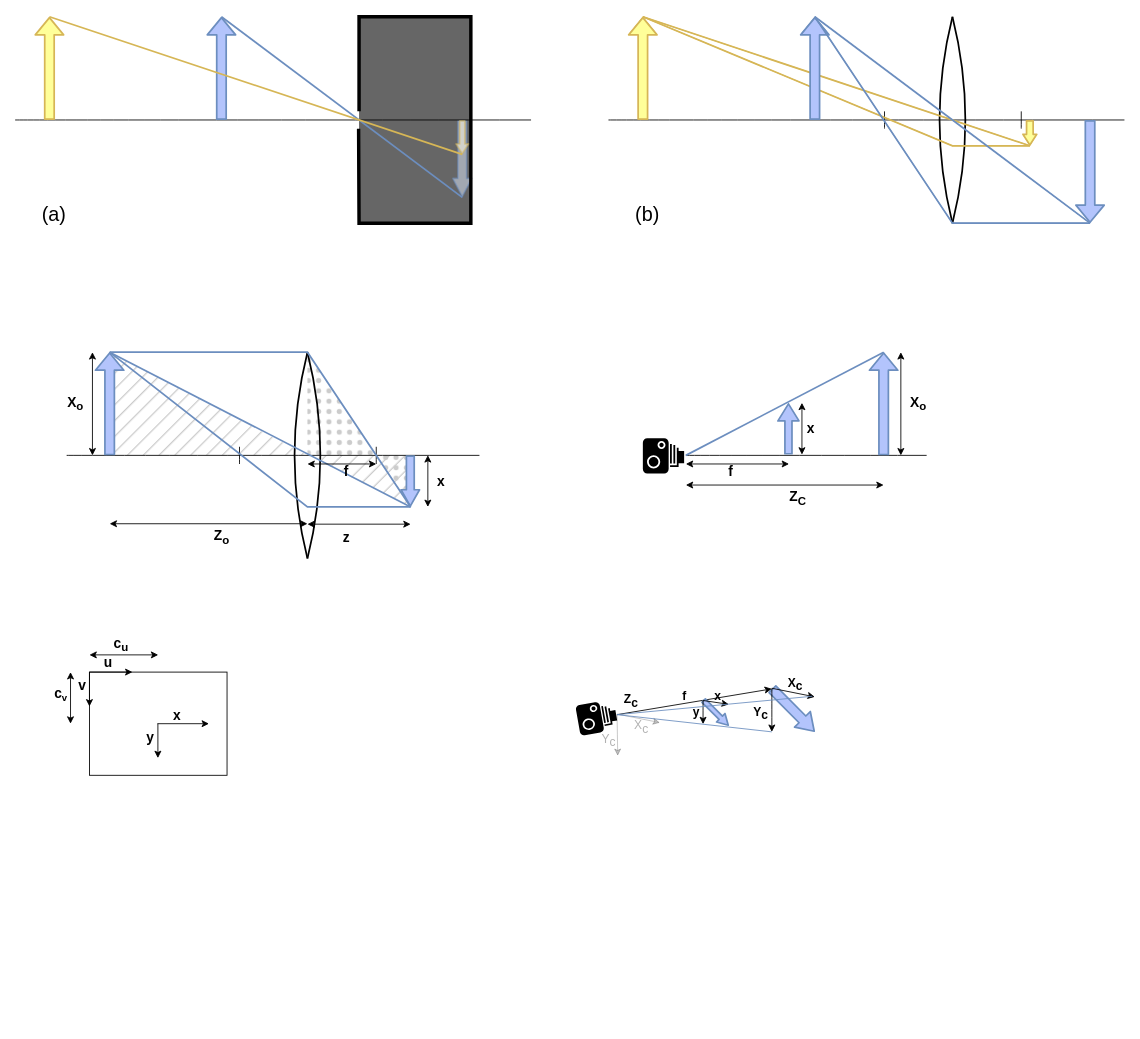
The draw.io diagram Thesis/Chap2/Figures/Chap2_2.drawio in davidpagnon/These_David_Pagnon, before the edit. Source tidied: cells renumbered, new cells numbered last; positions are measured from the earlier drawing's top-left corner, leaving out a move shared by most shapes. Both pictures are drawn from the tidied source at 86%, with x=0, y=0 at pixel (15, 16).
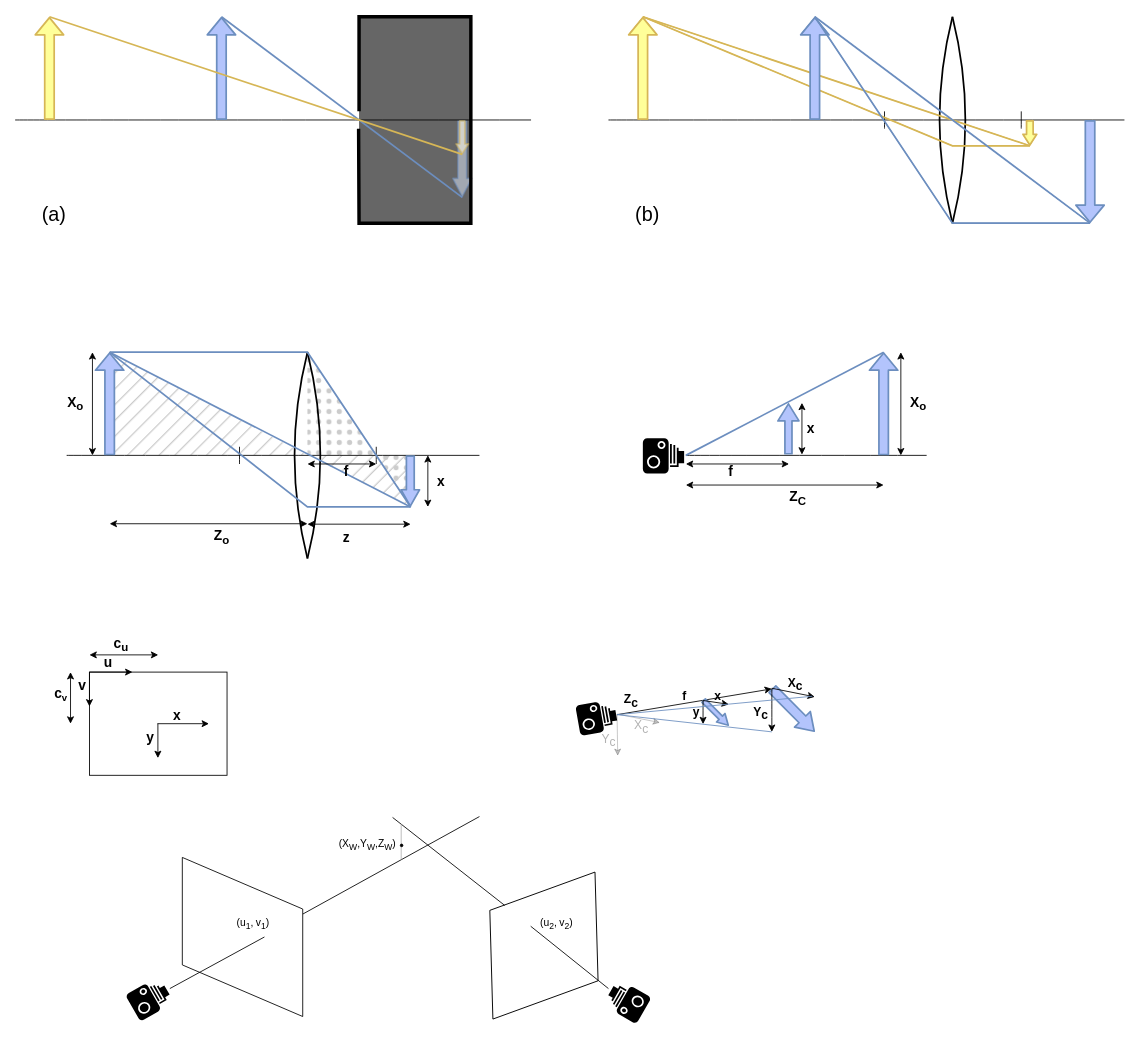
The same page after the edit.

Change to the diagram source:
```diff
@@
+    <mxCell id="104" style="shape=parallelogram;perimeter=parallelogramPerimeter;whiteSpace=wrap;html=1;fixedSize=1;rotation=-20;size=39.860000000000355;points=[[0.08,0.55,0,0,0],[0.16,0.72,0,0,0],[0.2,0.25,0,0,0],[0.22,0.83,0,0,0],[0.31,0.96,0,0,0],[0.32,0,0,0,-4],[0.42,1,0,0,16],[0.45,0,0,0,-42],[0.46,0.28,0,0,0],[0.55,1,0,0,42],[0.58,0,0,0,-16],[0.68,1,0,0,4],[0.69,0.04,0,0,0],[0.78,0.17,0,0,0],[0.8,0.75,0,0,0],[0.84,0.28,0,0,0],[0.92,0.45,0,0,0]];" parent="1" vertex="1">
+      <mxGeometry x="530" y="1020" width="170" height="120" as="geometry" />
+    </mxCell>
+    <mxCell id="105" style="shape=parallelogram;perimeter=parallelogramPerimeter;whiteSpace=wrap;html=1;fixedSize=1;rotation=90;size=60;comic=0;" parent="1" vertex="1">
+      <mxGeometry x="172" y="1000" width="185" height="140" as="geometry">
+        <mxPoint x="50" as="offset" />
+      </mxGeometry>
+    </mxCell>
+    <mxCell id="106" style="endArrow=none;html=1;rounded=0;" parent="1" edge="1">
+      <mxGeometry relative="1" as="geometry">
+        <mxPoint x="290" y="1070" as="sourcePoint" />
+        <mxPoint x="180" y="1130" as="targetPoint" />
+      </mxGeometry>
+    </mxCell>
+    <mxCell id="107" style="endArrow=none;html=1;rounded=0;exitX=0.46;exitY=0.28;exitDx=0;exitDy=0;exitPerimeter=0;" parent="1" edge="1" source="104">
+      <mxGeometry relative="1" as="geometry">
+        <mxPoint x="690" y="1130" as="targetPoint" />
+      </mxGeometry>
+    </mxCell>
+    <mxCell id="108" style="endArrow=none;html=1;rounded=0;strokeColor=#000000;exitX=0.32;exitY=0;exitDx=0;exitDy=-4;exitPerimeter=0;" parent="1" edge="1">
+      <mxGeometry relative="1" as="geometry">
+        <mxPoint x="569.4" y="1033.3" as="sourcePoint" />
+        <mxPoint x="439" y="931" as="targetPoint" />
+      </mxGeometry>
+    </mxCell>
+    <mxCell id="109" style="endArrow=none;html=1;rounded=0;strokeColor=#000000;exitX=0.361;exitY=0.02;exitDx=0;exitDy=0;exitPerimeter=0;" parent="1" edge="1">
+      <mxGeometry relative="1" as="geometry">
+        <mxPoint x="334.7" y="1043.3" as="sourcePoint" />
+        <mxPoint x="540" y="930" as="targetPoint" />
+      </mxGeometry>
+    </mxCell>
+    <mxCell id="110" style="endArrow=none;html=1;rounded=0;strokeColor=#B3B3B3;" parent="1" edge="1">
+      <mxGeometry relative="1" as="geometry">
+        <mxPoint x="449" y="939" as="sourcePoint" />
+        <mxPoint x="449" y="980" as="targetPoint" />
+      </mxGeometry>
+    </mxCell>
+    <mxCell id="111" style="shape=mxgraph.signs.tech.camera_1;html=1;fillColor=#000000;strokeColor=none;verticalLabelPosition=bottom;verticalAlign=top;align=center;rotation=-30;" parent="1" vertex="1">
+      <mxGeometry x="134" y="1124" width="45" height="35.6" as="geometry" />
+    </mxCell>
+    <mxCell id="112" style="shape=mxgraph.signs.tech.camera_1;html=1;fillColor=#000000;strokeColor=none;verticalLabelPosition=bottom;verticalAlign=top;align=center;rotation=-150;" parent="1" vertex="1">
+      <mxGeometry x="689.2" y="1127" width="45" height="35.6" as="geometry" />
+    </mxCell>
+    <mxCell id="113" value="(u&lt;sub&gt;1&lt;/sub&gt;,&lt;sub&gt; &lt;/sub&gt;v&lt;sub&gt;1&lt;/sub&gt;)" style="text;html=1;strokeColor=none;fillColor=none;align=center;verticalAlign=middle;whiteSpace=wrap;rounded=0;comic=0;" parent="1" vertex="1">
+      <mxGeometry x="246.5" y="1040" width="60" height="30" as="geometry" />
+    </mxCell>
+    <mxCell id="114" value="(u&lt;sub&gt;2&lt;/sub&gt;,&lt;sub&gt; &lt;/sub&gt;v&lt;sub&gt;2&lt;/sub&gt;)" style="text;html=1;strokeColor=none;fillColor=none;align=center;verticalAlign=middle;whiteSpace=wrap;rounded=0;comic=0;" parent="1" vertex="1">
+      <mxGeometry x="600" y="1040" width="60" height="30" as="geometry" />
+    </mxCell>
+    <mxCell id="115" style="ellipse;whiteSpace=wrap;html=0.5;comic=0;fillColor=#000000;strokeColor=#000000;strokeWidth=1;" parent="1" vertex="1">
+      <mxGeometry x="448" y="962" width="3" height="3" as="geometry" />
+    </mxCell>
+    <mxCell id="116" value="(X&lt;sub&gt;W&lt;/sub&gt;,Y&lt;sub&gt;W&lt;/sub&gt;,Z&lt;sub&gt;W&lt;/sub&gt;)" style="text;html=1;strokeColor=none;fillColor=none;align=center;verticalAlign=middle;whiteSpace=wrap;rounded=0;comic=0;strokeWidth=2;" parent="1" vertex="1">
+      <mxGeometry x="380" y="947.5" width="60" height="30" as="geometry" />
+    </mxCell>
```
